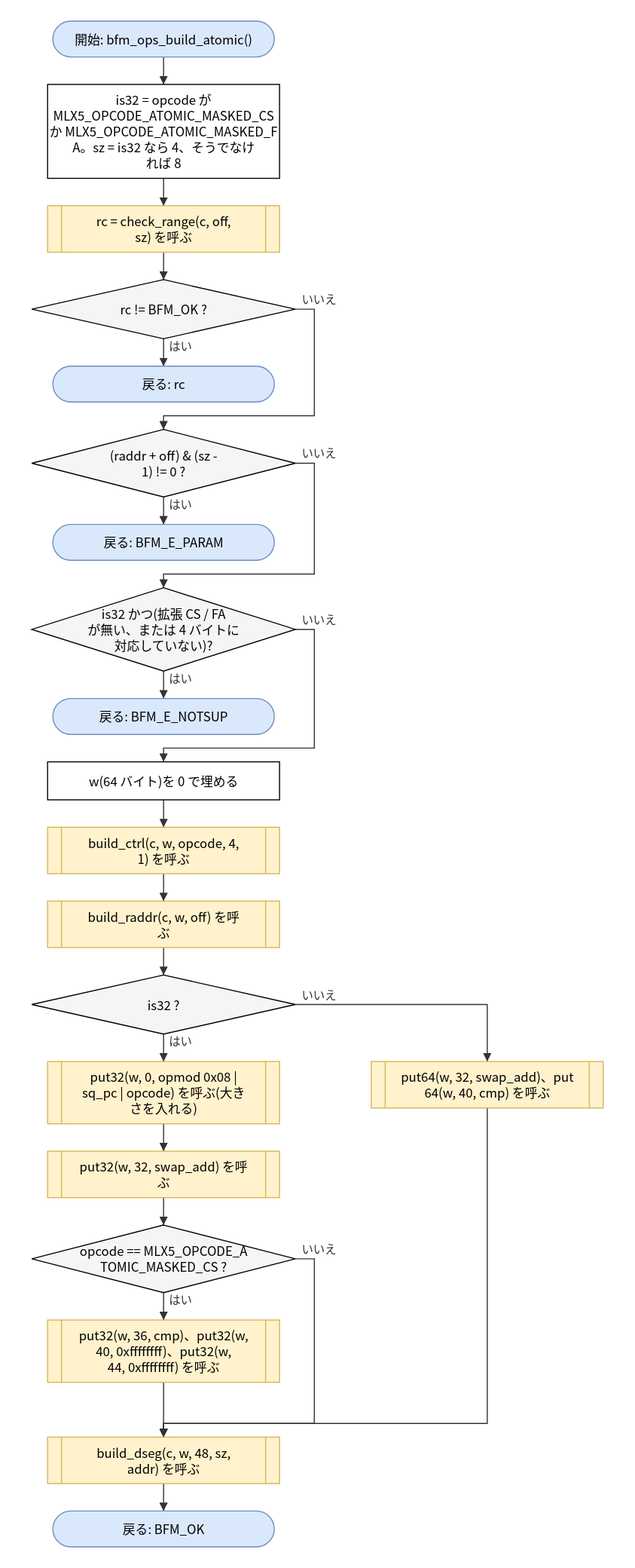
Before: doc/spec/images/flow_src_bfm_ops-bfm_ops_build_atomic.drawio.svg, a diagram exported from draw.io (hf355051012-ai/bfmem). Source tidied: cells renumbered, new cells last; positions are measured from the earlier drawing's top-left corner, leaving out a move shared by most shapes. Its diagram source:
```xml
<mxGraphModel>
  <root>
    <mxCell id="0" />
    <mxCell id="1" parent="0" />
    <mxCell id="2" value="開始: bfm_ops_build_atomic()" style="rounded=1;arcSize=50;whiteSpace=wrap;html=1;fillColor=#dae8fc;strokeColor=#6c8ebf;" parent="1" vertex="1">
      <mxGeometry x="20" width="210" height="34" as="geometry" />
    </mxCell>
    <mxCell id="3" value="is32 = opcode が&lt;br&gt;MLX5_OPCODE_ATOMIC_MASKED_CS&lt;br&gt;か MLX5_OPCODE_ATOMIC_MASKED_F&lt;br&gt;A。sz = is32 なら 4、そうでなけ&lt;br&gt;れば 8" style="rounded=0;whiteSpace=wrap;html=1;" parent="1" vertex="1">
      <mxGeometry x="15" y="60" width="220" height="89" as="geometry" />
    </mxCell>
    <mxCell id="4" value="rc = check_range(c, off,&lt;br&gt;sz) を呼ぶ" style="shape=process;whiteSpace=wrap;html=1;backgroundOutline=1;size=0.06;fillColor=#fff2cc;strokeColor=#d6b656;" parent="1" vertex="1">
      <mxGeometry x="15" y="175" width="220" height="44" as="geometry" />
    </mxCell>
    <mxCell id="5" value="rc != BFM_OK ?" style="rhombus;whiteSpace=wrap;html=1;fillColor=#f5f5f5;" parent="1" vertex="1">
      <mxGeometry y="245" width="250" height="56" as="geometry" />
    </mxCell>
    <mxCell id="6" value="戻る: rc" style="rounded=1;arcSize=50;whiteSpace=wrap;html=1;fillColor=#dae8fc;strokeColor=#6c8ebf;" parent="1" vertex="1">
      <mxGeometry x="20" y="327" width="210" height="34" as="geometry" />
    </mxCell>
    <mxCell id="7" value="(raddr + off) &amp;amp; (sz -&lt;br&gt;1) != 0 ?" style="rhombus;whiteSpace=wrap;html=1;fillColor=#f5f5f5;" parent="1" vertex="1">
      <mxGeometry y="387" width="250" height="64" as="geometry" />
    </mxCell>
    <mxCell id="8" value="戻る: BFM_E_PARAM" style="rounded=1;arcSize=50;whiteSpace=wrap;html=1;fillColor=#dae8fc;strokeColor=#6c8ebf;" parent="1" vertex="1">
      <mxGeometry x="20" y="477" width="210" height="34" as="geometry" />
    </mxCell>
    <mxCell id="9" value="is32 かつ(拡張 CS / FA&lt;br&gt;が無い、または 4 バイトに&lt;br&gt;対応していない)?" style="rhombus;whiteSpace=wrap;html=1;fillColor=#f5f5f5;" parent="1" vertex="1">
      <mxGeometry y="537" width="250" height="79" as="geometry" />
    </mxCell>
    <mxCell id="10" value="戻る: BFM_E_NOTSUP" style="rounded=1;arcSize=50;whiteSpace=wrap;html=1;fillColor=#dae8fc;strokeColor=#6c8ebf;" parent="1" vertex="1">
      <mxGeometry x="20" y="642" width="210" height="34" as="geometry" />
    </mxCell>
    <mxCell id="11" value="w(64 バイト)を 0 で埋める" style="rounded=0;whiteSpace=wrap;html=1;" parent="1" vertex="1">
      <mxGeometry x="15" y="702" width="220" height="36" as="geometry" />
    </mxCell>
    <mxCell id="12" value="build_ctrl(c, w, opcode, 4,&lt;br&gt;1) を呼ぶ" style="shape=process;whiteSpace=wrap;html=1;backgroundOutline=1;size=0.06;fillColor=#fff2cc;strokeColor=#d6b656;" parent="1" vertex="1">
      <mxGeometry x="15" y="764" width="220" height="44" as="geometry" />
    </mxCell>
    <mxCell id="13" value="build_raddr(c, w, off) を呼&lt;br&gt;ぶ" style="shape=process;whiteSpace=wrap;html=1;backgroundOutline=1;size=0.06;fillColor=#fff2cc;strokeColor=#d6b656;" parent="1" vertex="1">
      <mxGeometry x="15" y="834" width="220" height="44" as="geometry" />
    </mxCell>
    <mxCell id="14" value="is32 ?" style="rhombus;whiteSpace=wrap;html=1;fillColor=#f5f5f5;" parent="1" vertex="1">
      <mxGeometry y="904" width="250" height="56" as="geometry" />
    </mxCell>
    <mxCell id="15" value="put32(w, 0, opmod 0x08 |&lt;br&gt;sq_pc | opcode) を呼ぶ(大き&lt;br&gt;さを入れる)" style="shape=process;whiteSpace=wrap;html=1;backgroundOutline=1;size=0.06;fillColor=#fff2cc;strokeColor=#d6b656;" parent="1" vertex="1">
      <mxGeometry x="15" y="986" width="220" height="59" as="geometry" />
    </mxCell>
    <mxCell id="16" value="put32(w, 32, swap_add) を呼&lt;br&gt;ぶ" style="shape=process;whiteSpace=wrap;html=1;backgroundOutline=1;size=0.06;fillColor=#fff2cc;strokeColor=#d6b656;" parent="1" vertex="1">
      <mxGeometry x="15" y="1071" width="220" height="44" as="geometry" />
    </mxCell>
    <mxCell id="17" value="opcode == MLX5_OPCODE_A&lt;br&gt;TOMIC_MASKED_CS ?" style="rhombus;whiteSpace=wrap;html=1;fillColor=#f5f5f5;" parent="1" vertex="1">
      <mxGeometry y="1141" width="250" height="64" as="geometry" />
    </mxCell>
    <mxCell id="18" value="put32(w, 36, cmp)、put32(w,&lt;br&gt;40, 0xffffffff)、put32(w,&lt;br&gt;44, 0xffffffff) を呼ぶ" style="shape=process;whiteSpace=wrap;html=1;backgroundOutline=1;size=0.06;fillColor=#fff2cc;strokeColor=#d6b656;" parent="1" vertex="1">
      <mxGeometry x="15" y="1231" width="220" height="59" as="geometry" />
    </mxCell>
    <mxCell id="19" value="put64(w, 32, swap_add)、put&lt;br&gt;64(w, 40, cmp) を呼ぶ" style="shape=process;whiteSpace=wrap;html=1;backgroundOutline=1;size=0.06;fillColor=#fff2cc;strokeColor=#d6b656;" parent="1" vertex="1">
      <mxGeometry x="322" y="986" width="220" height="44" as="geometry" />
    </mxCell>
    <mxCell id="20" value="build_dseg(c, w, 48, sz,&lt;br&gt;addr) を呼ぶ" style="shape=process;whiteSpace=wrap;html=1;backgroundOutline=1;size=0.06;fillColor=#fff2cc;strokeColor=#d6b656;" parent="1" vertex="1">
      <mxGeometry x="15" y="1342" width="220" height="44" as="geometry" />
    </mxCell>
    <mxCell id="21" value="戻る: BFM_OK" style="rounded=1;arcSize=50;whiteSpace=wrap;html=1;fillColor=#dae8fc;strokeColor=#6c8ebf;" parent="1" vertex="1">
      <mxGeometry x="20" y="1412" width="210" height="34" as="geometry" />
    </mxCell>
    <mxCell id="22" style="edgeStyle=none;html=1;rounded=0;endArrow=block;endFill=1;exitX=0.5000;exitY=1.0000;exitDx=0;exitDy=0;exitPerimeter=0;entryX=0.5000;entryY=0.0000;entryDx=0;entryDy=0;entryPerimeter=0;" parent="1" edge="1" source="2" target="3">
      <mxGeometry relative="1" as="geometry" />
    </mxCell>
    <mxCell id="23" style="edgeStyle=none;html=1;rounded=0;endArrow=block;endFill=1;exitX=0.5000;exitY=1.0000;exitDx=0;exitDy=0;exitPerimeter=0;entryX=0.5000;entryY=0.0000;entryDx=0;entryDy=0;entryPerimeter=0;" parent="1" edge="1" source="3" target="4">
      <mxGeometry relative="1" as="geometry" />
    </mxCell>
    <mxCell id="24" style="edgeStyle=none;html=1;rounded=0;endArrow=block;endFill=1;exitX=0.5000;exitY=1.0000;exitDx=0;exitDy=0;exitPerimeter=0;entryX=0.5000;entryY=0.0000;entryDx=0;entryDy=0;entryPerimeter=0;" parent="1" edge="1" source="4" target="5">
      <mxGeometry relative="1" as="geometry" />
    </mxCell>
    <mxCell id="25" value="はい" style="edgeStyle=none;html=1;rounded=0;endArrow=block;endFill=1;exitX=0.5000;exitY=1.0000;exitDx=0;exitDy=0;exitPerimeter=0;entryX=0.5000;entryY=0.0000;entryDx=0;entryDy=0;entryPerimeter=0;" parent="1" edge="1" source="5" target="6">
      <mxGeometry relative="1" as="geometry" />
    </mxCell>
    <mxCell id="26" value="いいえ" style="edgeStyle=none;html=1;rounded=0;endArrow=block;endFill=1;exitX=1.0000;exitY=0.5000;exitDx=0;exitDy=0;exitPerimeter=0;entryX=0.5000;entryY=0.0000;entryDx=0;entryDy=0;entryPerimeter=0;" parent="1" edge="1" source="5" target="7">
      <mxGeometry relative="1" as="geometry">
        <Array as="points">
          <mxPoint x="268" y="273" />
          <mxPoint x="268" y="374" />
          <mxPoint x="125" y="374" />
        </Array>
      </mxGeometry>
    </mxCell>
    <mxCell id="27" value="はい" style="edgeStyle=none;html=1;rounded=0;endArrow=block;endFill=1;exitX=0.5000;exitY=1.0000;exitDx=0;exitDy=0;exitPerimeter=0;entryX=0.5000;entryY=0.0000;entryDx=0;entryDy=0;entryPerimeter=0;" parent="1" edge="1" source="7" target="8">
      <mxGeometry relative="1" as="geometry" />
    </mxCell>
    <mxCell id="28" value="いいえ" style="edgeStyle=none;html=1;rounded=0;endArrow=block;endFill=1;exitX=1.0000;exitY=0.5000;exitDx=0;exitDy=0;exitPerimeter=0;entryX=0.5000;entryY=0.0000;entryDx=0;entryDy=0;entryPerimeter=0;" parent="1" edge="1" source="7" target="9">
      <mxGeometry relative="1" as="geometry">
        <Array as="points">
          <mxPoint x="268" y="419" />
          <mxPoint x="268" y="524" />
          <mxPoint x="125" y="524" />
        </Array>
      </mxGeometry>
    </mxCell>
    <mxCell id="29" value="はい" style="edgeStyle=none;html=1;rounded=0;endArrow=block;endFill=1;exitX=0.5000;exitY=1.0000;exitDx=0;exitDy=0;exitPerimeter=0;entryX=0.5000;entryY=0.0000;entryDx=0;entryDy=0;entryPerimeter=0;" parent="1" edge="1" source="9" target="10">
      <mxGeometry relative="1" as="geometry" />
    </mxCell>
    <mxCell id="30" value="いいえ" style="edgeStyle=none;html=1;rounded=0;endArrow=block;endFill=1;exitX=1.0000;exitY=0.5000;exitDx=0;exitDy=0;exitPerimeter=0;entryX=0.5000;entryY=0.0000;entryDx=0;entryDy=0;entryPerimeter=0;" parent="1" edge="1" source="9" target="11">
      <mxGeometry relative="1" as="geometry">
        <Array as="points">
          <mxPoint x="268" y="576.5" />
          <mxPoint x="268" y="689" />
          <mxPoint x="125" y="689" />
        </Array>
      </mxGeometry>
    </mxCell>
    <mxCell id="31" style="edgeStyle=none;html=1;rounded=0;endArrow=block;endFill=1;exitX=0.5000;exitY=1.0000;exitDx=0;exitDy=0;exitPerimeter=0;entryX=0.5000;entryY=0.0000;entryDx=0;entryDy=0;entryPerimeter=0;" parent="1" edge="1" source="11" target="12">
      <mxGeometry relative="1" as="geometry" />
    </mxCell>
    <mxCell id="32" style="edgeStyle=none;html=1;rounded=0;endArrow=block;endFill=1;exitX=0.5000;exitY=1.0000;exitDx=0;exitDy=0;exitPerimeter=0;entryX=0.5000;entryY=0.0000;entryDx=0;entryDy=0;entryPerimeter=0;" parent="1" edge="1" source="12" target="13">
      <mxGeometry relative="1" as="geometry" />
    </mxCell>
    <mxCell id="33" style="edgeStyle=none;html=1;rounded=0;endArrow=block;endFill=1;exitX=0.5000;exitY=1.0000;exitDx=0;exitDy=0;exitPerimeter=0;entryX=0.5000;entryY=0.0000;entryDx=0;entryDy=0;entryPerimeter=0;" parent="1" edge="1" source="13" target="14">
      <mxGeometry relative="1" as="geometry" />
    </mxCell>
    <mxCell id="34" value="はい" style="edgeStyle=none;html=1;rounded=0;endArrow=block;endFill=1;exitX=0.5000;exitY=1.0000;exitDx=0;exitDy=0;exitPerimeter=0;entryX=0.5000;entryY=0.0000;entryDx=0;entryDy=0;entryPerimeter=0;" parent="1" edge="1" source="14" target="15">
      <mxGeometry relative="1" as="geometry" />
    </mxCell>
    <mxCell id="35" style="edgeStyle=none;html=1;rounded=0;endArrow=block;endFill=1;exitX=0.5000;exitY=1.0000;exitDx=0;exitDy=0;exitPerimeter=0;entryX=0.5000;entryY=0.0000;entryDx=0;entryDy=0;entryPerimeter=0;" parent="1" edge="1" source="15" target="16">
      <mxGeometry relative="1" as="geometry" />
    </mxCell>
    <mxCell id="36" style="edgeStyle=none;html=1;rounded=0;endArrow=block;endFill=1;exitX=0.5000;exitY=1.0000;exitDx=0;exitDy=0;exitPerimeter=0;entryX=0.5000;entryY=0.0000;entryDx=0;entryDy=0;entryPerimeter=0;" parent="1" edge="1" source="16" target="17">
      <mxGeometry relative="1" as="geometry" />
    </mxCell>
    <mxCell id="37" value="はい" style="edgeStyle=none;html=1;rounded=0;endArrow=block;endFill=1;exitX=0.5000;exitY=1.0000;exitDx=0;exitDy=0;exitPerimeter=0;entryX=0.5000;entryY=0.0000;entryDx=0;entryDy=0;entryPerimeter=0;" parent="1" edge="1" source="17" target="18">
      <mxGeometry relative="1" as="geometry" />
    </mxCell>
    <mxCell id="38" value="いいえ" style="edgeStyle=none;html=1;rounded=0;endArrow=block;endFill=1;exitX=1.0000;exitY=0.5000;exitDx=0;exitDy=0;exitPerimeter=0;entryX=0.5000;entryY=0.0000;entryDx=0;entryDy=0;entryPerimeter=0;" parent="1" edge="1" source="14" target="19">
      <mxGeometry relative="1" as="geometry">
        <Array as="points">
          <mxPoint x="432" y="932" />
        </Array>
      </mxGeometry>
    </mxCell>
    <mxCell id="39" style="edgeStyle=none;html=1;rounded=0;endArrow=block;endFill=1;exitX=0.5000;exitY=1.0000;exitDx=0;exitDy=0;exitPerimeter=0;entryX=0.5000;entryY=0.0000;entryDx=0;entryDy=0;entryPerimeter=0;" parent="1" edge="1" source="18" target="20">
      <mxGeometry relative="1" as="geometry" />
    </mxCell>
    <mxCell id="40" value="いいえ" style="edgeStyle=none;html=1;rounded=0;endArrow=block;endFill=1;exitX=1.0000;exitY=0.5000;exitDx=0;exitDy=0;exitPerimeter=0;entryX=0.5000;entryY=0.0000;entryDx=0;entryDy=0;entryPerimeter=0;" parent="1" edge="1" source="17" target="20">
      <mxGeometry relative="1" as="geometry">
        <Array as="points">
          <mxPoint x="268" y="1173" />
          <mxPoint x="268" y="1329" />
          <mxPoint x="125" y="1329" />
        </Array>
      </mxGeometry>
    </mxCell>
    <mxCell id="41" style="edgeStyle=none;html=1;rounded=0;endArrow=block;endFill=1;exitX=0.5000;exitY=1.0000;exitDx=0;exitDy=0;exitPerimeter=0;entryX=0.5000;entryY=0.0000;entryDx=0;entryDy=0;entryPerimeter=0;" parent="1" edge="1" source="19" target="20">
      <mxGeometry relative="1" as="geometry">
        <Array as="points">
          <mxPoint x="432" y="1329" />
          <mxPoint x="125" y="1329" />
        </Array>
      </mxGeometry>
    </mxCell>
    <mxCell id="42" style="edgeStyle=none;html=1;rounded=0;endArrow=block;endFill=1;exitX=0.5000;exitY=1.0000;exitDx=0;exitDy=0;exitPerimeter=0;entryX=0.5000;entryY=0.0000;entryDx=0;entryDy=0;entryPerimeter=0;" parent="1" edge="1" source="20" target="21">
      <mxGeometry relative="1" as="geometry" />
    </mxCell>
  </root>
</mxGraphModel>
```
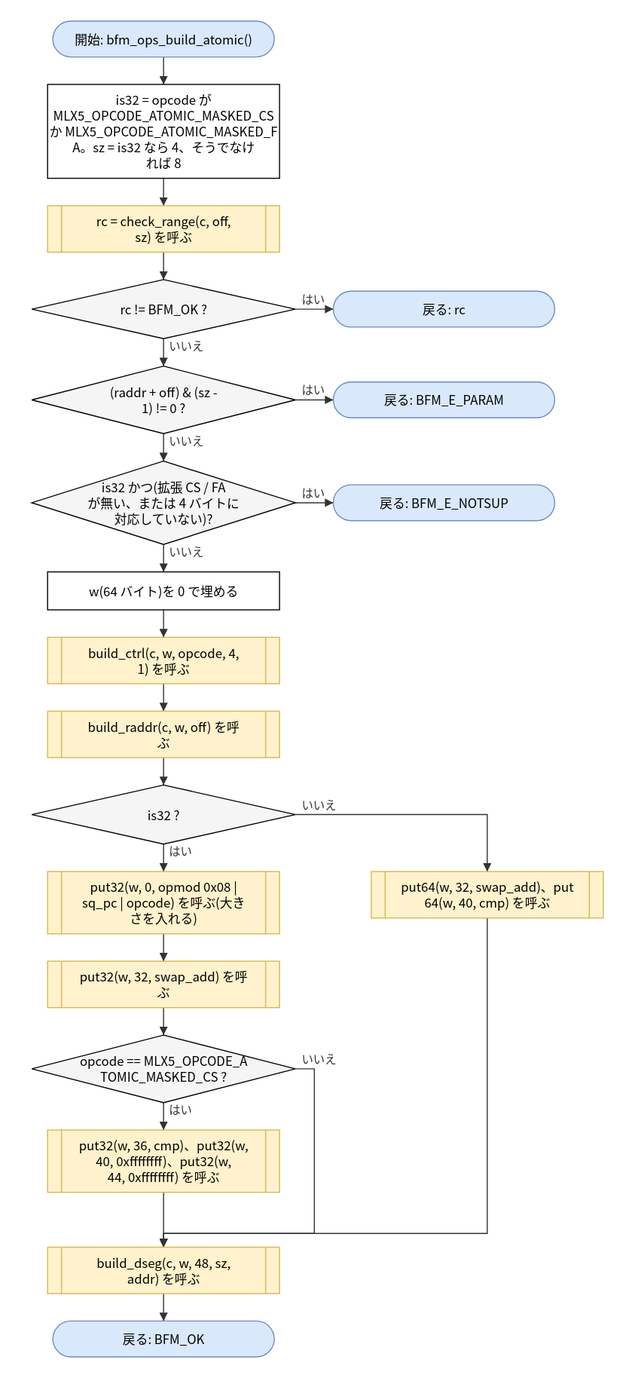
The same diagram one commit later.

What changed in the source:
```diff
@@ -3,31 +3,31 @@
     <mxCell id="0" />
     <mxCell id="1" parent="0" />
     <mxCell id="2" value="開始: bfm_ops_build_atomic()" style="rounded=1;arcSize=50;whiteSpace=wrap;html=1;fillColor=#dae8fc;strokeColor=#6c8ebf;" parent="1" vertex="1">
-      <mxGeometry x="20" width="210" height="34" as="geometry" />
+      <mxGeometry x="20" y="180" width="210" height="34" as="geometry" />
     </mxCell>
     <mxCell id="3" value="is32 = opcode が&lt;br&gt;MLX5_OPCODE_ATOMIC_MASKED_CS&lt;br&gt;か MLX5_OPCODE_ATOMIC_MASKED_F&lt;br&gt;A。sz = is32 なら 4、そうでなけ&lt;br&gt;れば 8" style="rounded=0;whiteSpace=wrap;html=1;" parent="1" vertex="1">
-      <mxGeometry x="15" y="60" width="220" height="89" as="geometry" />
+      <mxGeometry x="15" y="240" width="220" height="89" as="geometry" />
     </mxCell>
     <mxCell id="4" value="rc = check_range(c, off,&lt;br&gt;sz) を呼ぶ" style="shape=process;whiteSpace=wrap;html=1;backgroundOutline=1;size=0.06;fillColor=#fff2cc;strokeColor=#d6b656;" parent="1" vertex="1">
-      <mxGeometry x="15" y="175" width="220" height="44" as="geometry" />
+      <mxGeometry x="15" y="355" width="220" height="44" as="geometry" />
     </mxCell>
     <mxCell id="5" value="rc != BFM_OK ?" style="rhombus;whiteSpace=wrap;html=1;fillColor=#f5f5f5;" parent="1" vertex="1">
-      <mxGeometry y="245" width="250" height="56" as="geometry" />
+      <mxGeometry y="425" width="250" height="56" as="geometry" />
     </mxCell>
     <mxCell id="6" value="戻る: rc" style="rounded=1;arcSize=50;whiteSpace=wrap;html=1;fillColor=#dae8fc;strokeColor=#6c8ebf;" parent="1" vertex="1">
-      <mxGeometry x="20" y="327" width="210" height="34" as="geometry" />
+      <mxGeometry x="286" y="436" width="210" height="34" as="geometry" />
     </mxCell>
     <mxCell id="7" value="(raddr + off) &amp;amp; (sz -&lt;br&gt;1) != 0 ?" style="rhombus;whiteSpace=wrap;html=1;fillColor=#f5f5f5;" parent="1" vertex="1">
-      <mxGeometry y="387" width="250" height="64" as="geometry" />
+      <mxGeometry y="507" width="250" height="64" as="geometry" />
     </mxCell>
     <mxCell id="8" value="戻る: BFM_E_PARAM" style="rounded=1;arcSize=50;whiteSpace=wrap;html=1;fillColor=#dae8fc;strokeColor=#6c8ebf;" parent="1" vertex="1">
-      <mxGeometry x="20" y="477" width="210" height="34" as="geometry" />
+      <mxGeometry x="286" y="522" width="210" height="34" as="geometry" />
     </mxCell>
     <mxCell id="9" value="is32 かつ(拡張 CS / FA&lt;br&gt;が無い、または 4 バイトに&lt;br&gt;対応していない)?" style="rhombus;whiteSpace=wrap;html=1;fillColor=#f5f5f5;" parent="1" vertex="1">
-      <mxGeometry y="537" width="250" height="79" as="geometry" />
+      <mxGeometry y="597" width="250" height="79" as="geometry" />
     </mxCell>
     <mxCell id="10" value="戻る: BFM_E_NOTSUP" style="rounded=1;arcSize=50;whiteSpace=wrap;html=1;fillColor=#dae8fc;strokeColor=#6c8ebf;" parent="1" vertex="1">
-      <mxGeometry x="20" y="642" width="210" height="34" as="geometry" />
+      <mxGeometry x="286" y="619.5" width="210" height="34" as="geometry" />
     </mxCell>
     <mxCell id="11" value="w(64 バイト)を 0 で埋める" style="rounded=0;whiteSpace=wrap;html=1;" parent="1" vertex="1">
       <mxGeometry x="15" y="702" width="220" height="36" as="geometry" />
@@ -71,41 +71,23 @@
     <mxCell id="24" style="edgeStyle=none;html=1;rounded=0;endArrow=block;endFill=1;exitX=0.5000;exitY=1.0000;exitDx=0;exitDy=0;exitPerimeter=0;entryX=0.5000;entryY=0.0000;entryDx=0;entryDy=0;entryPerimeter=0;" parent="1" edge="1" source="4" target="5">
       <mxGeometry relative="1" as="geometry" />
     </mxCell>
-    <mxCell id="25" value="はい" style="edgeStyle=none;html=1;rounded=0;endArrow=block;endFill=1;exitX=0.5000;exitY=1.0000;exitDx=0;exitDy=0;exitPerimeter=0;entryX=0.5000;entryY=0.0000;entryDx=0;entryDy=0;entryPerimeter=0;" parent="1" edge="1" source="5" target="6">
+    <mxCell id="25" value="はい" style="edgeStyle=none;html=1;rounded=0;endArrow=block;endFill=1;exitX=1.0000;exitY=0.5000;exitDx=0;exitDy=0;exitPerimeter=0;entryX=0.0000;entryY=0.5000;entryDx=0;entryDy=0;entryPerimeter=0;" parent="1" edge="1" source="5" target="6">
       <mxGeometry relative="1" as="geometry" />
     </mxCell>
-    <mxCell id="26" value="いいえ" style="edgeStyle=none;html=1;rounded=0;endArrow=block;endFill=1;exitX=1.0000;exitY=0.5000;exitDx=0;exitDy=0;exitPerimeter=0;entryX=0.5000;entryY=0.0000;entryDx=0;entryDy=0;entryPerimeter=0;" parent="1" edge="1" source="5" target="7">
-      <mxGeometry relative="1" as="geometry">
-        <Array as="points">
-          <mxPoint x="268" y="273" />
-          <mxPoint x="268" y="374" />
-          <mxPoint x="125" y="374" />
-        </Array>
-      </mxGeometry>
+    <mxCell id="26" value="いいえ" style="edgeStyle=none;html=1;rounded=0;endArrow=block;endFill=1;exitX=0.5000;exitY=1.0000;exitDx=0;exitDy=0;exitPerimeter=0;entryX=0.5000;entryY=0.0000;entryDx=0;entryDy=0;entryPerimeter=0;" parent="1" edge="1" source="5" target="7">
+      <mxGeometry relative="1" as="geometry" />
     </mxCell>
-    <mxCell id="27" value="はい" style="edgeStyle=none;html=1;rounded=0;endArrow=block;endFill=1;exitX=0.5000;exitY=1.0000;exitDx=0;exitDy=0;exitPerimeter=0;entryX=0.5000;entryY=0.0000;entryDx=0;entryDy=0;entryPerimeter=0;" parent="1" edge="1" source="7" target="8">
+    <mxCell id="27" value="はい" style="edgeStyle=none;html=1;rounded=0;endArrow=block;endFill=1;exitX=1.0000;exitY=0.5000;exitDx=0;exitDy=0;exitPerimeter=0;entryX=0.0000;entryY=0.5000;entryDx=0;entryDy=0;entryPerimeter=0;" parent="1" edge="1" source="7" target="8">
       <mxGeometry relative="1" as="geometry" />
     </mxCell>
-    <mxCell id="28" value="いいえ" style="edgeStyle=none;html=1;rounded=0;endArrow=block;endFill=1;exitX=1.0000;exitY=0.5000;exitDx=0;exitDy=0;exitPerimeter=0;entryX=0.5000;entryY=0.0000;entryDx=0;entryDy=0;entryPerimeter=0;" parent="1" edge="1" source="7" target="9">
-      <mxGeometry relative="1" as="geometry">
-        <Array as="points">
-          <mxPoint x="268" y="419" />
-          <mxPoint x="268" y="524" />
-          <mxPoint x="125" y="524" />
-        </Array>
-      </mxGeometry>
+    <mxCell id="28" value="いいえ" style="edgeStyle=none;html=1;rounded=0;endArrow=block;endFill=1;exitX=0.5000;exitY=1.0000;exitDx=0;exitDy=0;exitPerimeter=0;entryX=0.5000;entryY=0.0000;entryDx=0;entryDy=0;entryPerimeter=0;" parent="1" edge="1" source="7" target="9">
+      <mxGeometry relative="1" as="geometry" />
     </mxCell>
-    <mxCell id="29" value="はい" style="edgeStyle=none;html=1;rounded=0;endArrow=block;endFill=1;exitX=0.5000;exitY=1.0000;exitDx=0;exitDy=0;exitPerimeter=0;entryX=0.5000;entryY=0.0000;entryDx=0;entryDy=0;entryPerimeter=0;" parent="1" edge="1" source="9" target="10">
+    <mxCell id="29" value="はい" style="edgeStyle=none;html=1;rounded=0;endArrow=block;endFill=1;exitX=1.0000;exitY=0.5000;exitDx=0;exitDy=0;exitPerimeter=0;entryX=0.0000;entryY=0.5000;entryDx=0;entryDy=0;entryPerimeter=0;" parent="1" edge="1" source="9" target="10">
       <mxGeometry relative="1" as="geometry" />
     </mxCell>
-    <mxCell id="30" value="いいえ" style="edgeStyle=none;html=1;rounded=0;endArrow=block;endFill=1;exitX=1.0000;exitY=0.5000;exitDx=0;exitDy=0;exitPerimeter=0;entryX=0.5000;entryY=0.0000;entryDx=0;entryDy=0;entryPerimeter=0;" parent="1" edge="1" source="9" target="11">
-      <mxGeometry relative="1" as="geometry">
-        <Array as="points">
-          <mxPoint x="268" y="576.5" />
-          <mxPoint x="268" y="689" />
-          <mxPoint x="125" y="689" />
-        </Array>
-      </mxGeometry>
+    <mxCell id="30" value="いいえ" style="edgeStyle=none;html=1;rounded=0;endArrow=block;endFill=1;exitX=0.5000;exitY=1.0000;exitDx=0;exitDy=0;exitPerimeter=0;entryX=0.5000;entryY=0.0000;entryDx=0;entryDy=0;entryPerimeter=0;" parent="1" edge="1" source="9" target="11">
+      <mxGeometry relative="1" as="geometry" />
     </mxCell>
     <mxCell id="31" style="edgeStyle=none;html=1;rounded=0;endArrow=block;endFill=1;exitX=0.5000;exitY=1.0000;exitDx=0;exitDy=0;exitPerimeter=0;entryX=0.5000;entryY=0.0000;entryDx=0;entryDy=0;entryPerimeter=0;" parent="1" edge="1" source="11" target="12">
       <mxGeometry relative="1" as="geometry" />
```
